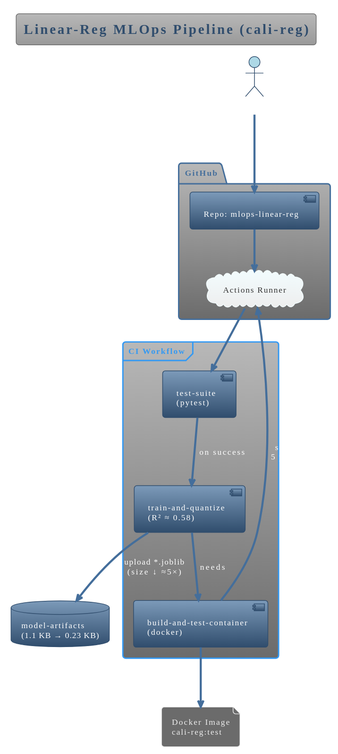
anup080002/mlops-linear-reg keeps this PlantUML diagram as docs/architecture.svg. Above is the earlier version.
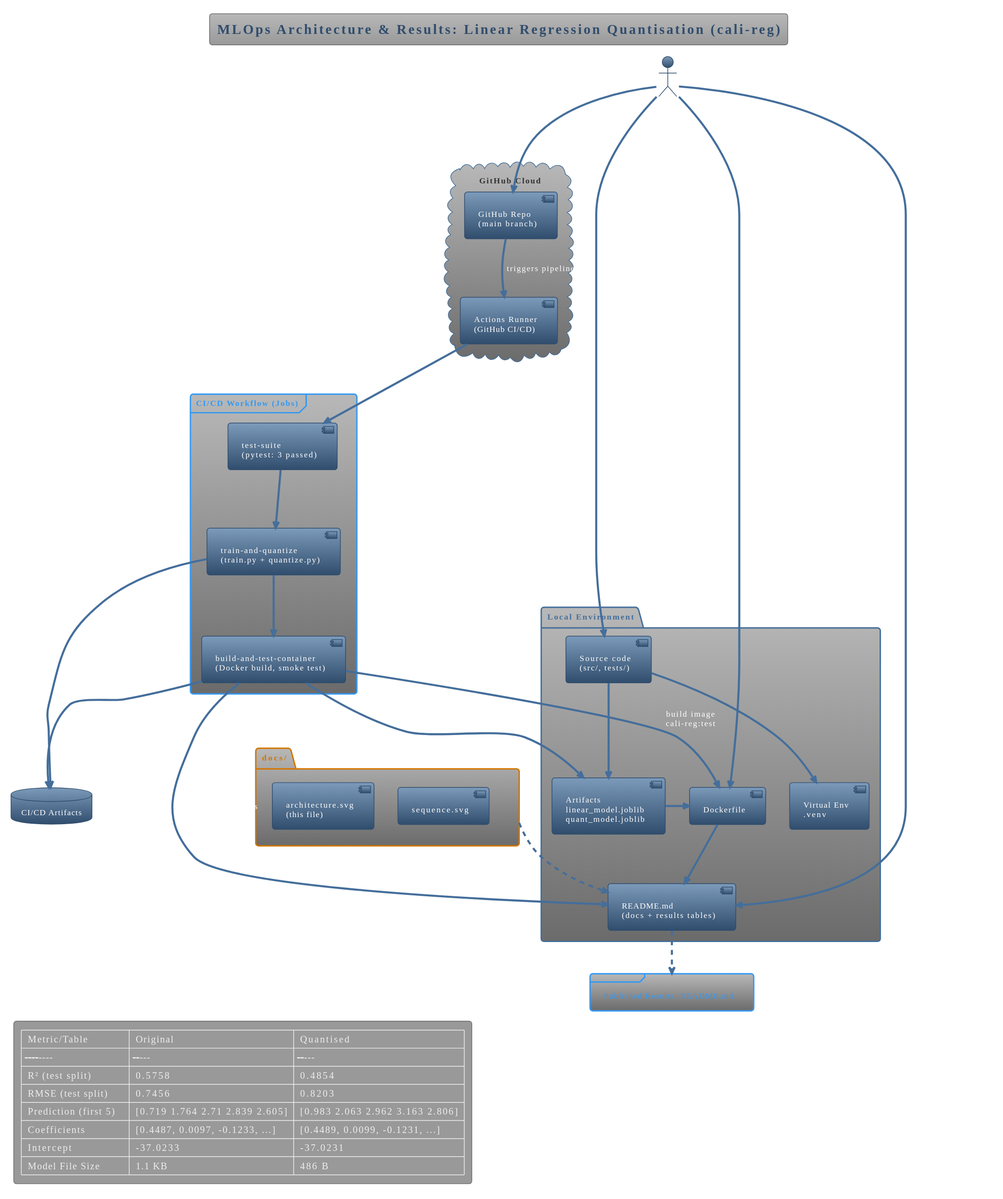
The same file after the commit.

What changed in the source:
```diff
@@ -1,30 +1,69 @@
 @startuml
 !theme spacelab
+title "MLOps Architecture & Results: Linear Regression Quantisation (cali-reg)"
 
-title  Linear-Reg MLOps Pipeline (cali-reg)
+actor User as "You"
 
-actor Dev  #LightBlue
-
-package "GitHub" {
-  [Repo: mlops-linear-reg] as GH
-  cloud "Actions Runner"  as Runner
+package "Local Environment" {
+  [Source code\n(src/, tests/)]
+  [Virtual Env\n.venv]
+  [Artifacts\nlinear_model.joblib\nquant_model.joblib]
+  [Dockerfile]
+  [README.md\n(docs + results tables)]
 }
 
-frame "CI Workflow" {
-  [test-suite\n(pytest)] as J1
-  [train-and-quantize\n(R² ≈ 0.58)] as J2
-  [build-and-test-container\n(docker)] as J3
+cloud "GitHub Cloud" as GH {
+  [GitHub Repo\n(main branch)]
+  [Actions Runner\n(GitHub CI/CD)]
 }
 
-database "model-artifacts\n(1.1 KB → 0.23 KB)" as Art
-file "Docker Image\ncali-reg:test"            as Img
+database "CI/CD Artifacts" as CIART
 
-Dev  --> GH  : git push main
-GH   --> Runner
-Runner --> J1
-J1  --> J2  : on success
-J2  --> Art : upload *.joblib\n(size ↓ ≈5×)
-J2  --> J3  : needs
-J3  --> Img : buildx load=true
-J3  --> Runner : smoke test\n5 predictions
+folder "docs/" as Docs {
+  [architecture.svg\n(this file)]
+  [sequence.svg]
+}
+
+frame "CI/CD Workflow (Jobs)" as CI {
+  [test-suite\n(pytest: 3 passed)]
+  [train-and-quantize\n(train.py + quantize.py)]
+  [build-and-test-container\n(Docker build, smoke test)]
+}
+
+[Source code\n(src/, tests/)] -down-> [Virtual Env\n.venv]
+[Source code\n(src/, tests/)] -down-> [Artifacts\nlinear_model.joblib\nquant_model.joblib]
+[Artifacts\nlinear_model.joblib\nquant_model.joblib] -right-> [Dockerfile]
+[Dockerfile] -down-> [README.md\n(docs + results tables)]
+
+User --> [Source code\n(src/, tests/)] : develop, test, train, quantise
+User --> [README.md\n(docs + results tables)] : update docs, tables
+
+User --> [Dockerfile] : build container
+User --> [GitHub Repo\n(main branch)] : git push
+
+[GitHub Repo\n(main branch)] --> [Actions Runner\n(GitHub CI/CD)] : triggers pipeline
+[Actions Runner\n(GitHub CI/CD)] --> [test-suite\n(pytest: 3 passed)]
+[test-suite\n(pytest: 3 passed)] --> [train-and-quantize\n(train.py + quantize.py)]
+[train-and-quantize\n(train.py + quantize.py)] --> CIART : upload\nlinear_model.joblib\nquant_model.joblib
+[train-and-quantize\n(train.py + quantize.py)] --> [build-and-test-container\n(Docker build, smoke test)]
+[build-and-test-container\n(Docker build, smoke test)] --> CIART : download artifacts
+[build-and-test-container\n(Docker build, smoke test)] --> [Dockerfile] : build image\ncali-reg:test
+[build-and-test-container\n(Docker build, smoke test)] --> [Artifacts\nlinear_model.joblib\nquant_model.joblib] : run prediction
+[build-and-test-container\n(Docker build, smoke test)] --> [README.md\n(docs + results tables)] : update results
+
+frame "Published Results: README.md" as Results {
+legend left
+| Metric/Table           | Original     | Quantised   |
+|------------------------|-------------|-------------|
+| R² (test split)        | 0.5758      | 0.4854      |
+| RMSE (test split)      | 0.7456      | 0.8203      |
+| Prediction (first 5)   | [0.719 1.764 2.71 2.839 2.605] | [0.983 2.063 2.962 3.163 2.806] |
+| Coefficients           | [0.4487, 0.0097, -0.1233, ...] | [0.4489, 0.0099, -0.1231, ...]  |
+| Intercept              | -37.0233    | -37.0231    |
+| Model File Size        | 1.1 KB      | 486 B       |
+endlegend
+}
+[README.md\n(docs + results tables)] ..> Results
+
+Docs ..> [README.md\n(docs + results tables)]
 @enduml
```
